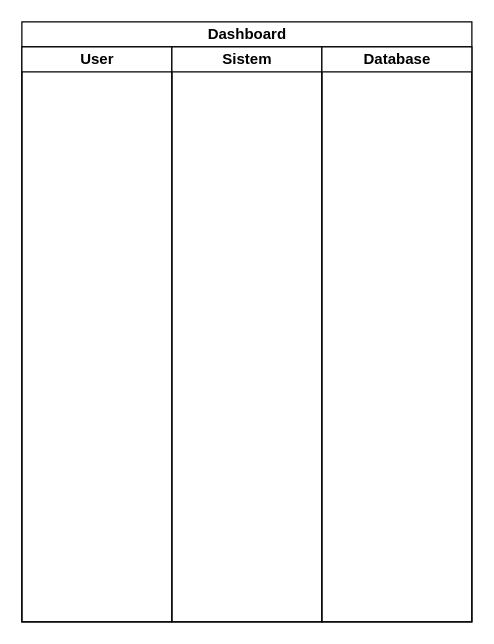
This is page "center point" (5 of 6) of activity diagram gis.drawio from AmirRazer/DrawIoErd, a draw.io file, before an edit. Source tidied: cells renumbered, new cells numbered last; positions are measured from the earlier drawing's top-left corner, leaving out a move shared by most shapes. Both pictures are drawn from the tidied source at 125%, with x=0, y=0 at pixel (21, 21).
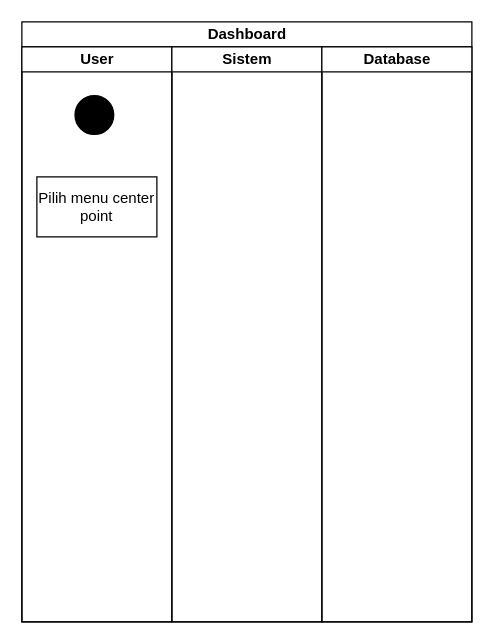
After the change.

What changed in the source:
```diff
@@
 <mxGraphModel>
   <root>
     <mxCell id="0" />
     <mxCell id="1" parent="0" />
     <mxCell id="2" value="Dashboard" style="swimlane;startSize=20;html=1;" parent="1" vertex="1">
       <mxGeometry width="360" height="480" as="geometry" />
     </mxCell>
     <mxCell id="3" value="User" style="swimlane;startSize=20;html=1;" parent="2" vertex="1">
       <mxGeometry y="20" width="120" height="460" as="geometry" />
     </mxCell>
+    <mxCell id="6" style="ellipse;whiteSpace=wrap;html=1;fillColor=#000000;" parent="3" vertex="1">
+      <mxGeometry x="42.5" y="39" width="31" height="31" as="geometry" />
+    </mxCell>
+    <mxCell id="7" value="Pilih menu center point" style="rounded=0;whiteSpace=wrap;html=1;" parent="3" vertex="1">
+      <mxGeometry x="12" y="104" width="96" height="48" as="geometry" />
+    </mxCell>
     <mxCell id="4" value="Sistem" style="swimlane;startSize=20;html=1;" parent="2" vertex="1">
       <mxGeometry x="120" y="20" width="120" height="460" as="geometry" />
     </mxCell>
     <mxCell id="5" value="Database" style="swimlane;startSize=20;html=1;" parent="2" vertex="1">
       <mxGeometry x="240" y="20" width="120" height="460" as="geometry" />
     </mxCell>
   </root>
 </mxGraphModel>
```
